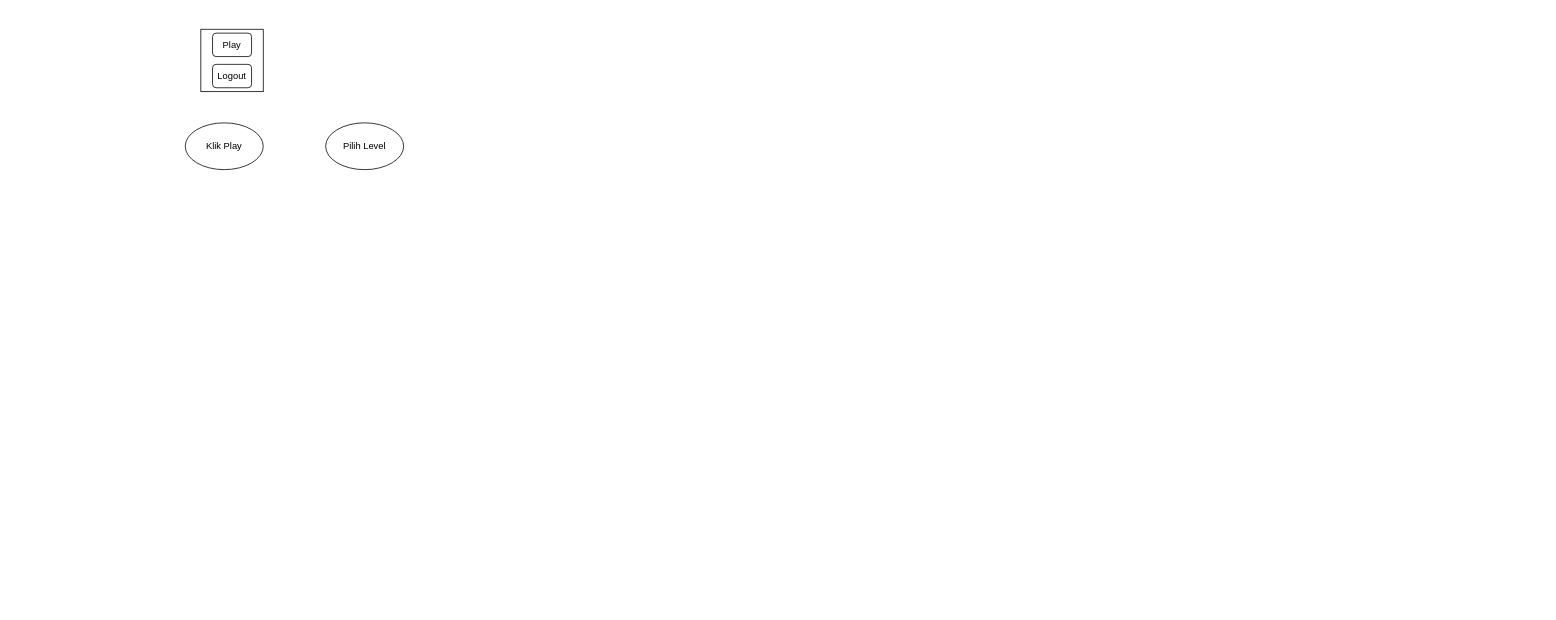
Before: Untitled Diagram.drawio in inanur-ast/bismillah, a draw.io diagram. Source tidied: cells renumbered, new cells numbered last; positions are measured from the earlier drawing's top-left corner, leaving out a move shared by most shapes. Both pictures are drawn from the tidied source at 78%, with x=0, y=0 at pixel (185, 29).
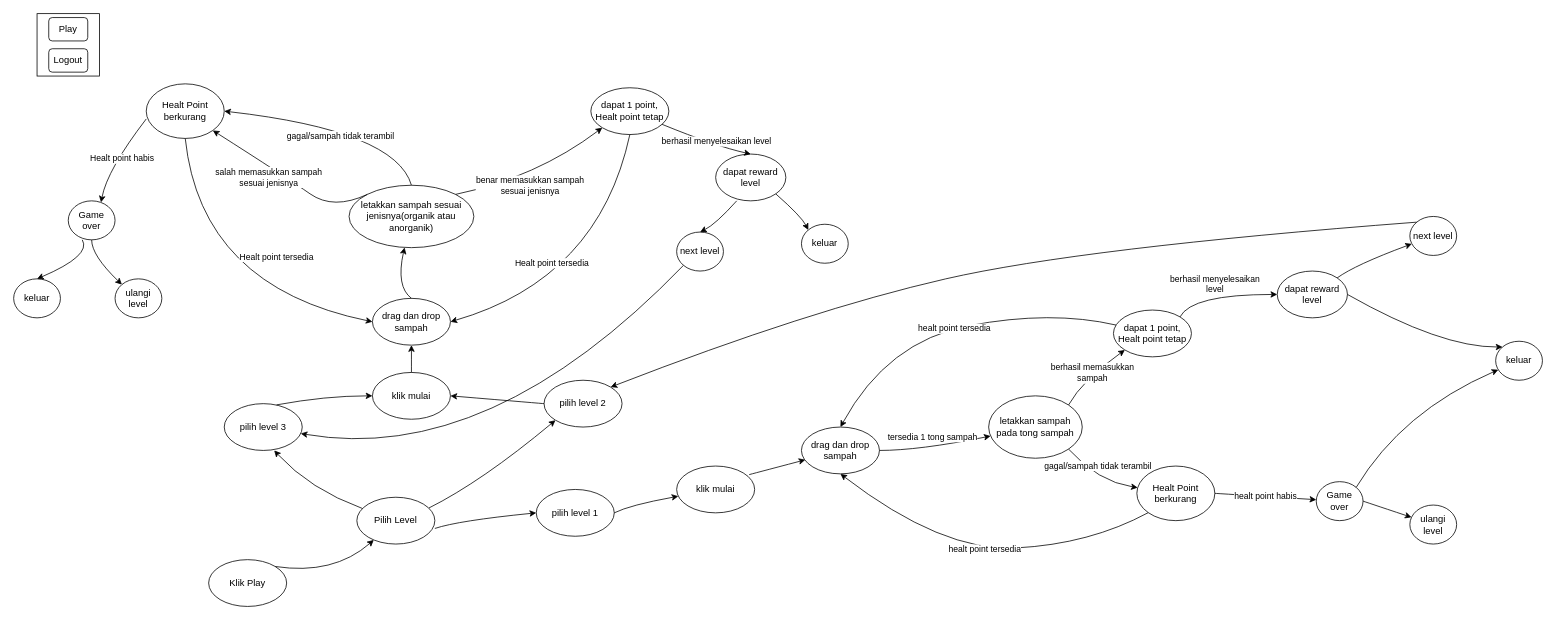
After the change.

Change to the diagram source:
```diff
@@
     <mxCell id="2" value="Klik Play" style="ellipse;whiteSpace=wrap;html=1;" parent="1" vertex="1">
-      <mxGeometry y="120" width="100" height="60" as="geometry" />
+      <mxGeometry x="30" y="680" width="100" height="60" as="geometry" />
     </mxCell>
     <mxCell id="3" style="group;" parent="1" vertex="1">
-      <mxGeometry x="20" width="80" height="80" as="geometry" />
+      <mxGeometry x="-190" y="-20" width="80" height="80" as="geometry" />
     </mxCell>
@@
+    <mxCell id="10" style="curved=1;endArrow=classic;html=1;exitX=1;exitY=0;exitDx=0;exitDy=0;" parent="1" edge="1" source="2" target="9">
+      <mxGeometry relative="1" as="geometry">
+        <Array as="points">
+          <mxPoint x="190" y="700" />
+        </Array>
+      </mxGeometry>
+    </mxCell>
+    <mxCell id="11" value="klik mulai" style="ellipse;whiteSpace=wrap;html=1;" parent="1" vertex="1">
+      <mxGeometry x="240" y="440" width="100" height="60" as="geometry" />
+    </mxCell>
+    <mxCell id="12" style="curved=1;endArrow=classic;html=1;exitX=0.92;exitY=0.233;exitDx=0;exitDy=0;exitPerimeter=0;entryX=0;entryY=1;entryDx=0;entryDy=0;" parent="1" edge="1" source="9" target="52">
+      <mxGeometry relative="1" as="geometry">
+        <Array as="points">
+          <mxPoint x="380" y="580" />
+        </Array>
+      </mxGeometry>
+    </mxCell>
+    <mxCell id="13" value="drag dan drop sampah" style="ellipse;whiteSpace=wrap;html=1;" parent="1" vertex="1">
+      <mxGeometry x="240" y="345" width="100" height="60" as="geometry" />
+    </mxCell>
+    <mxCell id="14" value="letakkan sampah sesuai jenisnya(organik atau anorganik)" style="ellipse;whiteSpace=wrap;html=1;" parent="1" vertex="1">
+      <mxGeometry x="210" y="200" width="160" height="80" as="geometry" />
+    </mxCell>
+    <mxCell id="15" value="Healt Point berkurang" style="ellipse;whiteSpace=wrap;html=1;" parent="1" vertex="1">
+      <mxGeometry x="-50" y="70" width="100" height="70" as="geometry" />
+    </mxCell>
+    <mxCell id="16" value="dapat 1 point, Healt point tetap" style="ellipse;whiteSpace=wrap;html=1;" parent="1" vertex="1">
+      <mxGeometry x="520" y="75" width="100" height="60" as="geometry" />
+    </mxCell>
+    <mxCell id="17" style="curved=1;endArrow=classic;html=1;entryX=0;entryY=1;entryDx=0;entryDy=0;exitX=1;exitY=0;exitDx=0;exitDy=0;" parent="1" edge="1" source="14" target="16">
+      <mxGeometry relative="1" as="geometry">
+        <Array as="points">
+          <mxPoint x="450" y="190" />
+        </Array>
+      </mxGeometry>
+    </mxCell>
+    <mxCell id="18" value="&lt;div&gt;benar memasukkan sampah &lt;br&gt;&lt;/div&gt;&lt;div&gt;sesuai jenisnya&lt;/div&gt;" style="edgeLabel;html=1;align=center;verticalAlign=middle;" parent="17" vertex="1">
+      <mxGeometry x="-0.1" y="-8" relative="1" as="geometry" />
+    </mxCell>
+    <mxCell id="19" style="curved=1;endArrow=classic;html=1;entryX=1;entryY=1;entryDx=0;entryDy=0;exitX=0;exitY=0;exitDx=0;exitDy=0;" parent="1" edge="1" source="14" target="15">
+      <mxGeometry relative="1" as="geometry">
+        <Array as="points">
+          <mxPoint x="190" y="232" />
+          <mxPoint x="130" y="190" />
+        </Array>
+      </mxGeometry>
+    </mxCell>
+    <mxCell id="20" value="&lt;div&gt;salah memasukkan sampah &lt;br&gt;&lt;/div&gt;&lt;div&gt;sesuai jenisnya&lt;/div&gt;" style="edgeLabel;html=1;align=center;verticalAlign=middle;" parent="19" vertex="1">
+      <mxGeometry x="0.03" y="3" relative="1" as="geometry">
+        <mxPoint x="-23.2" y="-3.7" as="offset" />
+      </mxGeometry>
+    </mxCell>
+    <mxCell id="21" style="curved=1;endArrow=classic;html=1;entryX=1;entryY=0.5;entryDx=0;entryDy=0;exitX=0.5;exitY=0;exitDx=0;exitDy=0;" parent="1" edge="1" source="14" target="15">
+      <mxGeometry relative="1" as="geometry">
+        <Array as="points">
+          <mxPoint x="270" y="130" />
+        </Array>
+      </mxGeometry>
+    </mxCell>
+    <mxCell id="22" value="gagal/sampah tidak terambil" style="edgeLabel;html=1;align=center;verticalAlign=middle;" parent="21" vertex="1">
+      <mxGeometry x="0.01" y="13" relative="1" as="geometry">
+        <mxPoint x="5.4" y="2" as="offset" />
+      </mxGeometry>
+    </mxCell>
+    <mxCell id="23" style="curved=1;endArrow=classic;html=1;exitX=0.5;exitY=0;exitDx=0;exitDy=0;" parent="1" edge="1" source="11" target="13">
+      <mxGeometry relative="1" as="geometry" />
+    </mxCell>
+    <mxCell id="24" style="curved=1;endArrow=classic;html=1;exitX=0.5;exitY=0;exitDx=0;exitDy=0;" parent="1" edge="1" source="13" target="14">
+      <mxGeometry relative="1" as="geometry">
+        <Array as="points">
+          <mxPoint x="270" y="330" />
+        </Array>
+      </mxGeometry>
+    </mxCell>
+    <mxCell id="25" style="curved=1;endArrow=classic;html=1;entryX=0;entryY=0.5;entryDx=0;entryDy=0;exitX=0.5;exitY=1;exitDx=0;exitDy=0;" parent="1" edge="1" source="15" target="13">
+      <mxGeometry relative="1" as="geometry">
+        <Array as="points">
+          <mxPoint x="20" y="330" />
+        </Array>
+      </mxGeometry>
+    </mxCell>
+    <mxCell id="26" value="Healt point tersedia" style="edgeLabel;html=1;align=center;verticalAlign=middle;" parent="25" vertex="1">
+      <mxGeometry x="0.21" y="37" relative="1" as="geometry">
+        <mxPoint x="30.4" y="-14.4" as="offset" />
+      </mxGeometry>
+    </mxCell>
+    <mxCell id="27" style="curved=1;endArrow=classic;html=1;entryX=1;entryY=0.5;entryDx=0;entryDy=0;exitX=0.5;exitY=1;exitDx=0;exitDy=0;" parent="1" edge="1" source="16" target="13">
+      <mxGeometry relative="1" as="geometry">
+        <Array as="points">
+          <mxPoint x="530" y="320" />
+        </Array>
+      </mxGeometry>
+    </mxCell>
+    <mxCell id="28" value="Healt point tersedia" style="edgeLabel;html=1;align=center;verticalAlign=middle;" parent="27" vertex="1">
+      <mxGeometry x="0.24" y="-45" relative="1" as="geometry">
+        <mxPoint x="1.2" y="9.1" as="offset" />
+      </mxGeometry>
+    </mxCell>
+    <mxCell id="29" value="Game over" style="ellipse;whiteSpace=wrap;html=1;" parent="1" vertex="1">
+      <mxGeometry x="-150" y="220" width="60" height="50" as="geometry" />
+    </mxCell>
+    <mxCell id="30" style="curved=1;endArrow=classic;html=1;exitX=0;exitY=0.643;exitDx=0;exitDy=0;exitPerimeter=0;entryX=0.7;entryY=0.04;entryDx=0;entryDy=0;entryPerimeter=0;" parent="1" edge="1" source="15" target="29">
+      <mxGeometry relative="1" as="geometry">
+        <Array as="points">
+          <mxPoint x="-100" y="180" />
+        </Array>
+      </mxGeometry>
+    </mxCell>
+    <mxCell id="31" value="Healt point habis " style="edgeLabel;html=1;align=center;verticalAlign=middle;" parent="30" vertex="1">
+      <mxGeometry x="-0.05" y="6" relative="1" as="geometry" />
+    </mxCell>
+    <mxCell id="32" value="ulangi level" style="ellipse;whiteSpace=wrap;html=1;" parent="1" vertex="1">
+      <mxGeometry x="-90" y="320" width="60" height="50" as="geometry" />
+    </mxCell>
+    <mxCell id="33" value="keluar" style="ellipse;whiteSpace=wrap;html=1;" parent="1" vertex="1">
+      <mxGeometry x="-220" y="320" width="60" height="50" as="geometry" />
+    </mxCell>
+    <mxCell id="34" style="curved=1;endArrow=classic;html=1;exitX=0.5;exitY=1;exitDx=0;exitDy=0;entryX=0;entryY=0;entryDx=0;entryDy=0;" parent="1" edge="1" source="29" target="32">
+      <mxGeometry relative="1" as="geometry">
+        <Array as="points">
+          <mxPoint x="-120" y="290" />
+        </Array>
+      </mxGeometry>
+    </mxCell>
+    <mxCell id="35" style="curved=1;endArrow=classic;html=1;exitX=0.3;exitY=1;exitDx=0;exitDy=0;entryX=0.5;entryY=0;entryDx=0;entryDy=0;exitPerimeter=0;" parent="1" edge="1" source="29" target="33">
+      <mxGeometry relative="1" as="geometry">
+        <Array as="points">
+          <mxPoint x="-120" y="290" />
+        </Array>
+      </mxGeometry>
+    </mxCell>
+    <mxCell id="36" value="dapat reward level" style="ellipse;whiteSpace=wrap;html=1;" parent="1" vertex="1">
+      <mxGeometry x="680" y="160" width="90" height="60" as="geometry" />
+    </mxCell>
+    <mxCell id="37" style="curved=1;endArrow=classic;html=1;entryX=0.5;entryY=0;entryDx=0;entryDy=0;" parent="1" edge="1" source="16" target="36">
+      <mxGeometry relative="1" as="geometry">
+        <Array as="points">
+          <mxPoint x="680" y="150" />
+        </Array>
+      </mxGeometry>
+    </mxCell>
+    <mxCell id="38" value="berhasil menyelesaikan level" style="edgeLabel;html=1;align=center;verticalAlign=middle;" parent="37" vertex="1">
+      <mxGeometry x="-0.04" y="-2" relative="1" as="geometry">
+        <mxPoint x="16" y="-2.2" as="offset" />
+      </mxGeometry>
+    </mxCell>
+    <mxCell id="39" value="keluar" style="ellipse;whiteSpace=wrap;html=1;" parent="1" vertex="1">
+      <mxGeometry x="790" y="250" width="60" height="50" as="geometry" />
+    </mxCell>
+    <mxCell id="40" value="next level" style="ellipse;whiteSpace=wrap;html=1;" parent="1" vertex="1">
+      <mxGeometry x="630" y="260" width="60" height="50" as="geometry" />
+    </mxCell>
+    <mxCell id="41" style="curved=1;endArrow=classic;html=1;entryX=0;entryY=0;entryDx=0;entryDy=0;" parent="1" edge="1" target="39">
+      <mxGeometry relative="1" as="geometry">
+        <mxPoint x="757" y="211" as="sourcePoint" />
+        <Array as="points">
+          <mxPoint x="790" y="240" />
+        </Array>
+      </mxGeometry>
+    </mxCell>
+    <mxCell id="42" style="curved=1;endArrow=classic;html=1;exitX=0.3;exitY=1;exitDx=0;exitDy=0;entryX=0.5;entryY=0;entryDx=0;entryDy=0;exitPerimeter=0;" parent="1" edge="1" source="36" target="40">
+      <mxGeometry relative="1" as="geometry">
+        <Array as="points">
+          <mxPoint x="680" y="250" />
+        </Array>
+      </mxGeometry>
+    </mxCell>
-    <mxCell id="9" value="Pilih Level" style="ellipse;whiteSpace=wrap;html=1;" parent="1" vertex="1">
-      <mxGeometry x="180" y="120" width="100" height="60" as="geometry" />
+    <mxCell id="9" value="Pilih Level " style="ellipse;whiteSpace=wrap;html=1;" parent="1" vertex="1">
+      <mxGeometry x="220" y="600" width="100" height="60" as="geometry" />
     </mxCell>
+    <mxCell id="43" value="pilih level 1" style="ellipse;whiteSpace=wrap;html=1;" parent="1" vertex="1">
+      <mxGeometry x="450" y="590" width="100" height="60" as="geometry" />
+    </mxCell>
+    <mxCell id="44" value="drag dan drop sampah" style="ellipse;whiteSpace=wrap;html=1;" parent="1" vertex="1">
+      <mxGeometry x="790" y="510" width="100" height="60" as="geometry" />
+    </mxCell>
+    <mxCell id="45" value="&lt;div&gt;letakkan sampah &lt;br&gt;&lt;/div&gt;&lt;div&gt;pada tong sampah&lt;/div&gt;" style="ellipse;whiteSpace=wrap;html=1;" parent="1" vertex="1">
+      <mxGeometry x="1030" y="470" width="120" height="80" as="geometry" />
+    </mxCell>
+    <mxCell id="46" style="curved=1;endArrow=classic;html=1;exitX=0.93;exitY=0.183;exitDx=0;exitDy=0;exitPerimeter=0;entryX=0.05;entryY=0.7;entryDx=0;entryDy=0;entryPerimeter=0;" parent="1" edge="1" source="49" target="44">
+      <mxGeometry relative="1" as="geometry" />
+    </mxCell>
+    <mxCell id="47" value="tersedia 1 tong sampah" style="curved=1;endArrow=classic;html=1;exitX=1;exitY=0.5;exitDx=0;exitDy=0;exitPerimeter=0;" parent="1" edge="1" source="44" target="45">
+      <mxGeometry x="-0.01" y="13" relative="1" as="geometry">
+        <Array as="points">
+          <mxPoint x="940" y="540" />
+        </Array>
+      </mxGeometry>
+    </mxCell>
+    <mxCell id="48" style="curved=1;endArrow=classic;html=1;entryX=0;entryY=0.5;entryDx=0;entryDy=0;" parent="1" edge="1" target="43">
+      <mxGeometry relative="1" as="geometry">
+        <mxPoint x="320" y="640" as="sourcePoint" />
+        <Array as="points">
+          <mxPoint x="350" y="630" />
+        </Array>
+      </mxGeometry>
+    </mxCell>
+    <mxCell id="49" value="klik mulai" style="ellipse;whiteSpace=wrap;html=1;" parent="1" vertex="1">
+      <mxGeometry x="630" y="560" width="100" height="60" as="geometry" />
+    </mxCell>
+    <mxCell id="50" style="curved=1;endArrow=classic;html=1;exitX=1;exitY=0.5;exitDx=0;exitDy=0;" parent="1" edge="1" source="43" target="49">
+      <mxGeometry relative="1" as="geometry">
+        <Array as="points">
+          <mxPoint x="570" y="610" />
+        </Array>
+      </mxGeometry>
+    </mxCell>
+    <mxCell id="51" style="curved=1;endArrow=classic;html=1;entryX=0.64;entryY=1;entryDx=0;entryDy=0;entryPerimeter=0;" parent="1" edge="1" source="9" target="53">
+      <mxGeometry relative="1" as="geometry">
+        <Array as="points">
+          <mxPoint x="160" y="590" />
+        </Array>
+      </mxGeometry>
+    </mxCell>
+    <mxCell id="52" value="pilih level 2" style="ellipse;whiteSpace=wrap;html=1;" parent="1" vertex="1">
+      <mxGeometry x="460" y="450" width="100" height="60" as="geometry" />
+    </mxCell>
+    <mxCell id="53" value="pilih level 3" style="ellipse;whiteSpace=wrap;html=1;" parent="1" vertex="1">
+      <mxGeometry x="50" y="480" width="100" height="60" as="geometry" />
+    </mxCell>
+    <mxCell id="54" value="Healt Point berkurang" style="ellipse;whiteSpace=wrap;html=1;" parent="1" vertex="1">
+      <mxGeometry x="1220" y="560" width="100" height="70" as="geometry" />
+    </mxCell>
+    <mxCell id="55" value="dapat 1 point, Healt point tetap" style="ellipse;whiteSpace=wrap;html=1;" parent="1" vertex="1">
+      <mxGeometry x="1190" y="360" width="100" height="60" as="geometry" />
+    </mxCell>
+    <mxCell id="56" value="&lt;div&gt;berhasil memasukkan &lt;br&gt;&lt;/div&gt;&lt;div&gt;sampah&lt;/div&gt;" style="curved=1;endArrow=classic;html=1;exitX=1;exitY=0;exitDx=0;exitDy=0;entryX=0;entryY=1;entryDx=0;entryDy=0;" parent="1" edge="1" source="45" target="55">
+      <mxGeometry relative="1" as="geometry">
+        <Array as="points">
+          <mxPoint x="1150" y="450" />
+        </Array>
+      </mxGeometry>
+    </mxCell>
+    <mxCell id="57" value="gagal/sampah tidak terambil" style="curved=1;endArrow=classic;html=1;exitX=1;exitY=1;exitDx=0;exitDy=0;" parent="1" edge="1" source="45" target="54">
+      <mxGeometry x="-0.23" y="13" relative="1" as="geometry">
+        <Array as="points">
+          <mxPoint x="1170" y="580" />
+        </Array>
+        <mxPoint y="-1" as="offset" />
+      </mxGeometry>
+    </mxCell>
+    <mxCell id="58" value="dapat reward level" style="ellipse;whiteSpace=wrap;html=1;" parent="1" vertex="1">
+      <mxGeometry x="1400" y="310" width="90" height="60" as="geometry" />
+    </mxCell>
+    <mxCell id="59" value="keluar" style="ellipse;whiteSpace=wrap;html=1;" parent="1" vertex="1">
+      <mxGeometry x="1680" y="400" width="60" height="50" as="geometry" />
+    </mxCell>
+    <mxCell id="60" value="next level" style="ellipse;whiteSpace=wrap;html=1;" parent="1" vertex="1">
+      <mxGeometry x="1570" y="240" width="60" height="50" as="geometry" />
+    </mxCell>
+    <mxCell id="61" value="Game over" style="ellipse;whiteSpace=wrap;html=1;" parent="1" vertex="1">
+      <mxGeometry x="1450" y="580" width="60" height="50" as="geometry" />
+    </mxCell>
+    <mxCell id="62" value="ulangi level" style="ellipse;whiteSpace=wrap;html=1;" parent="1" vertex="1">
+      <mxGeometry x="1570" y="610" width="60" height="50" as="geometry" />
+    </mxCell>
+    <mxCell id="63" value="&lt;br&gt;&lt;div&gt;berhasil menyelesaikan &lt;br&gt;&lt;/div&gt;&lt;div&gt;level&lt;/div&gt;" style="curved=1;endArrow=classic;html=1;entryX=0;entryY=0.5;entryDx=0;entryDy=0;exitX=1;exitY=0;exitDx=0;exitDy=0;" parent="1" edge="1" source="55" target="58">
+      <mxGeometry x="-0.12" y="20" relative="1" as="geometry">
+        <Array as="points">
+          <mxPoint x="1290" y="340" />
+        </Array>
+        <mxPoint x="-1" as="offset" />
+      </mxGeometry>
+    </mxCell>
+    <mxCell id="64" value="healt point habis" style="curved=1;endArrow=classic;html=1;exitX=1;exitY=0.5;exitDx=0;exitDy=0;" parent="1" edge="1" source="54" target="61">
+      <mxGeometry relative="1" as="geometry" />
+    </mxCell>
+    <mxCell id="65" style="curved=1;endArrow=classic;html=1;exitX=1;exitY=0;exitDx=0;exitDy=0;" parent="1" edge="1" source="58" target="60">
+      <mxGeometry x="0.05" y="11" relative="1" as="geometry">
+        <Array as="points">
+          <mxPoint x="1500" y="302" />
+        </Array>
+        <mxPoint x="-1" as="offset" />
+      </mxGeometry>
+    </mxCell>
+    <mxCell id="66" style="curved=1;endArrow=classic;html=1;exitX=1;exitY=0.5;exitDx=0;exitDy=0;" parent="1" edge="1" source="61" target="62">
+      <mxGeometry relative="1" as="geometry" />
+    </mxCell>
+    <mxCell id="67" style="curved=1;endArrow=classic;html=1;exitX=1;exitY=0;exitDx=0;exitDy=0;" parent="1" edge="1" source="61" target="59">
+      <mxGeometry relative="1" as="geometry">
+        <Array as="points">
+          <mxPoint x="1560" y="490" />
+        </Array>
+      </mxGeometry>
+    </mxCell>
+    <mxCell id="68" style="curved=1;endArrow=classic;html=1;entryX=0;entryY=0;entryDx=0;entryDy=0;exitX=1;exitY=0.5;exitDx=0;exitDy=0;" parent="1" edge="1" source="58" target="59">
+      <mxGeometry relative="1" as="geometry">
+        <Array as="points">
+          <mxPoint x="1610" y="408" />
+        </Array>
+      </mxGeometry>
+    </mxCell>
+    <mxCell id="69" value="healt point tersedia" style="curved=1;endArrow=classic;html=1;exitX=0;exitY=1;exitDx=0;exitDy=0;entryX=0.5;entryY=1;entryDx=0;entryDy=0;" parent="1" edge="1" source="54" target="44">
+      <mxGeometry relative="1" as="geometry">
+        <Array as="points">
+          <mxPoint x="1160" y="660" />
+          <mxPoint x="970" y="670" />
+        </Array>
+      </mxGeometry>
+    </mxCell>
+    <mxCell id="70" value="healt point tersedia" style="curved=1;endArrow=classic;html=1;entryX=0.5;entryY=0;entryDx=0;entryDy=0;" parent="1" edge="1" source="55" target="44">
+      <mxGeometry relative="1" as="geometry">
+        <Array as="points">
+          <mxPoint x="1110" y="360" />
+          <mxPoint x="900" y="400" />
+        </Array>
+      </mxGeometry>
+    </mxCell>
+    <mxCell id="71" style="curved=1;endArrow=classic;html=1;entryX=0;entryY=0.5;entryDx=0;entryDy=0;exitX=0.671;exitY=0.026;exitDx=0;exitDy=0;exitPerimeter=0;" parent="1" edge="1" source="53" target="11">
+      <mxGeometry relative="1" as="geometry">
+        <Array as="points">
+          <mxPoint x="180" y="470" />
+        </Array>
+      </mxGeometry>
+    </mxCell>
+    <mxCell id="72" style="curved=1;endArrow=classic;html=1;exitX=0;exitY=0.5;exitDx=0;exitDy=0;entryX=1;entryY=0.5;entryDx=0;entryDy=0;" parent="1" edge="1" source="52" target="11">
+      <mxGeometry relative="1" as="geometry" />
+    </mxCell>
+    <mxCell id="73" style="curved=1;endArrow=classic;html=1;exitX=0;exitY=1;exitDx=0;exitDy=0;" parent="1" edge="1" source="40" target="53">
+      <mxGeometry relative="1" as="geometry">
+        <Array as="points">
+          <mxPoint x="390" y="560" />
+        </Array>
+      </mxGeometry>
+    </mxCell>
+    <mxCell id="74" style="curved=1;endArrow=classic;html=1;exitX=0;exitY=0;exitDx=0;exitDy=0;entryX=1;entryY=0;entryDx=0;entryDy=0;" parent="1" edge="1" source="60" target="52">
+      <mxGeometry relative="1" as="geometry">
+        <Array as="points">
+          <mxPoint x="1150" y="280" />
+          <mxPoint x="800" y="360" />
+        </Array>
+      </mxGeometry>
+    </mxCell>
```
